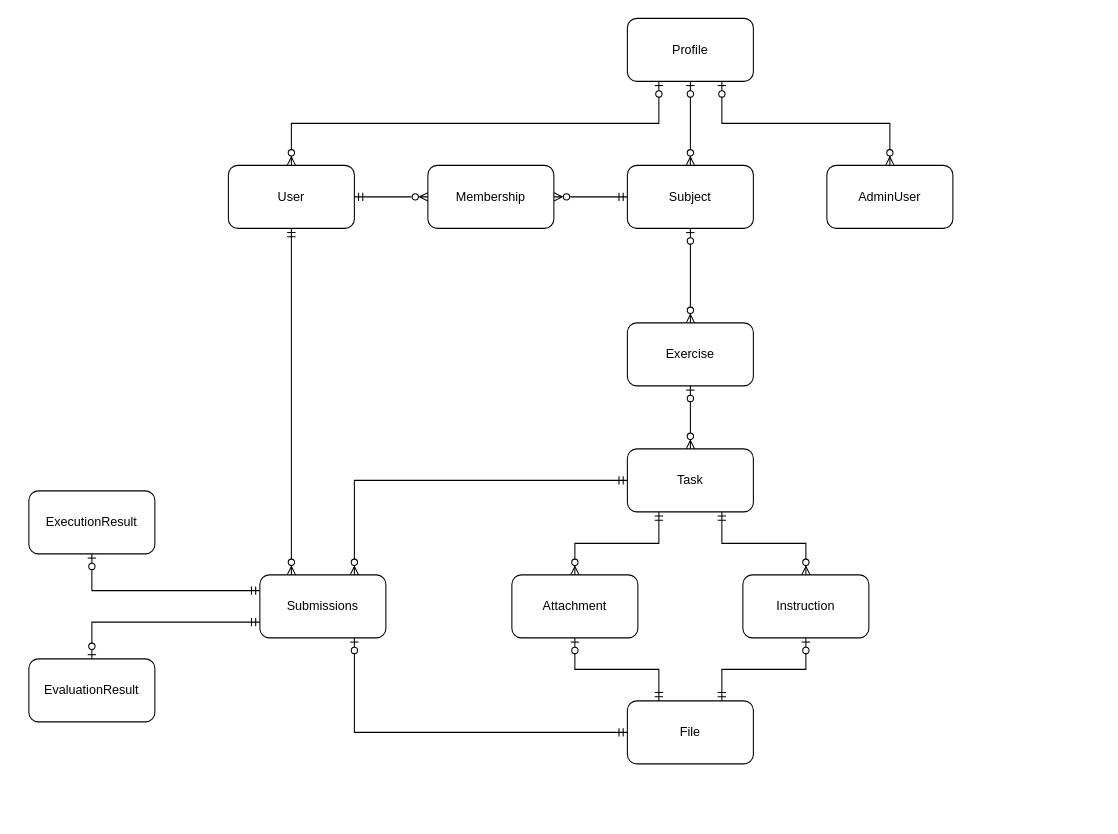
This is doc/DataModel.drawio from ooemperor/CodeGrader, a draw.io file, before an edit. Source tidied: cells renumbered, new cells numbered last; positions are measured from the earlier drawing's top-left corner, leaving out a move shared by most shapes. Both pictures are drawn from the tidied source at 105%, with x=0, y=0 at pixel (28, 18).
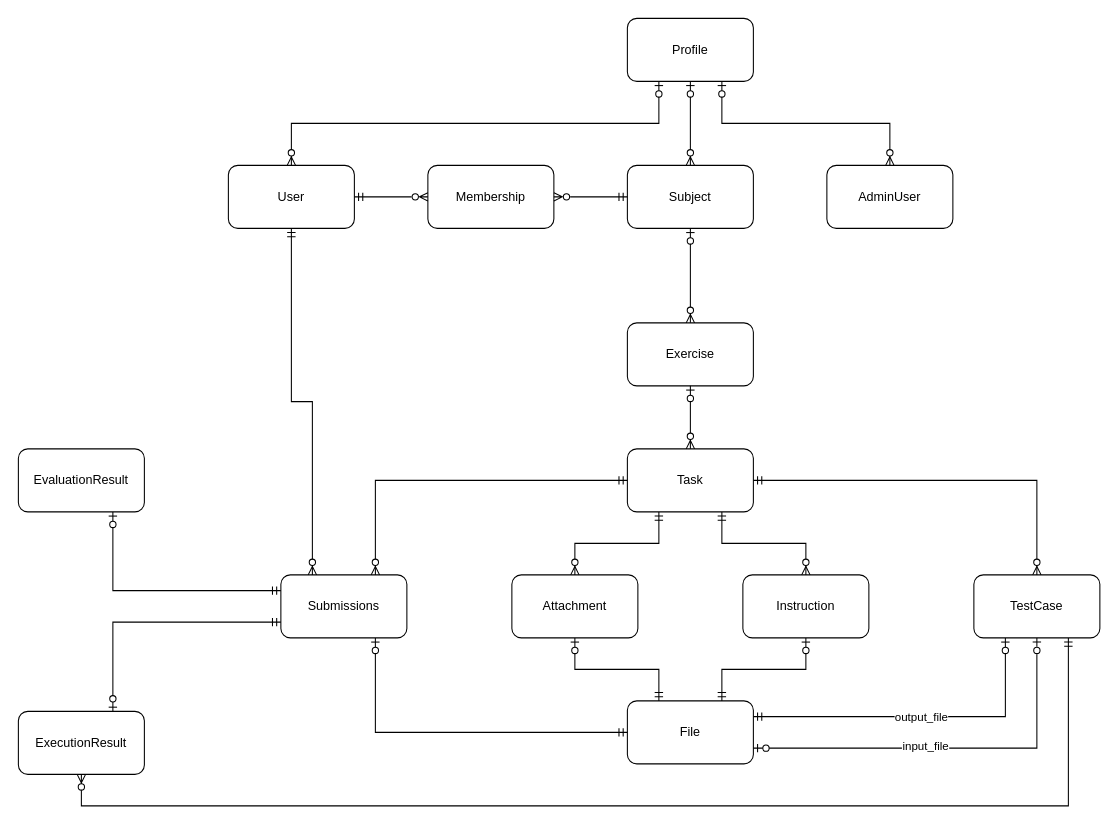
The same diagram, later.

Unchanged cells that the change refers to:
```xml
<mxCell id="5" value="Task" style="rounded=1;whiteSpace=wrap;html=1;" parent="1" vertex="1">
  <mxGeometry x="570" y="410" width="120" height="60" as="geometry" />
</mxCell>
<mxCell id="18" value="File" style="rounded=1;whiteSpace=wrap;html=1;" parent="1" vertex="1">
  <mxGeometry x="570" y="650" width="120" height="60" as="geometry" />
</mxCell>
```

What changed in the source:
```diff
@@
     <mxCell id="23" value="Submissions" style="rounded=1;whiteSpace=wrap;html=1;" parent="1" vertex="1">
-      <mxGeometry x="220" y="530" width="120" height="60" as="geometry" />
+      <mxGeometry x="240" y="530" width="120" height="60" as="geometry" />
     </mxCell>
@@
     <mxCell id="27" value="ExecutionResult" style="rounded=1;whiteSpace=wrap;html=1;" parent="1" vertex="1">
-      <mxGeometry y="450" width="120" height="60" as="geometry" />
+      <mxGeometry x="-10" y="660" width="120" height="60" as="geometry" />
     </mxCell>
     <mxCell id="28" value="EvaluationResult" style="rounded=1;whiteSpace=wrap;html=1;" parent="1" vertex="1">
-      <mxGeometry y="610" width="120" height="60" as="geometry" />
+      <mxGeometry x="-10" y="410" width="120" height="60" as="geometry" />
     </mxCell>
-    <mxCell id="29" style="edgeStyle=orthogonalEdgeStyle;fontSize=12;html=1;endArrow=ERzeroToOne;startArrow=ERmandOne;rounded=0;entryX=0.5;entryY=1;entryDx=0;entryDy=0;exitX=0;exitY=0.25;exitDx=0;exitDy=0;" parent="1" edge="1" source="23" target="27">
+    <mxCell id="29" style="edgeStyle=orthogonalEdgeStyle;fontSize=12;html=1;endArrow=ERzeroToOne;startArrow=ERmandOne;rounded=0;entryX=0.75;entryY=0;entryDx=0;entryDy=0;exitX=0;exitY=0.75;exitDx=0;exitDy=0;" parent="1" edge="1" source="23" target="27">
       <mxGeometry relative="1" as="geometry" />
     </mxCell>
-    <mxCell id="30" style="edgeStyle=orthogonalEdgeStyle;fontSize=12;html=1;endArrow=ERzeroToOne;startArrow=ERmandOne;rounded=0;entryX=0.5;entryY=0;entryDx=0;entryDy=0;exitX=0;exitY=0.75;exitDx=0;exitDy=0;" parent="1" edge="1" source="23" target="28">
+    <mxCell id="30" style="edgeStyle=orthogonalEdgeStyle;fontSize=12;html=1;endArrow=ERzeroToOne;startArrow=ERmandOne;rounded=0;entryX=0.75;entryY=1;entryDx=0;entryDy=0;exitX=0;exitY=0.25;exitDx=0;exitDy=0;" parent="1" edge="1" source="23" target="28">
       <mxGeometry relative="1" as="geometry" />
     </mxCell>
+    <mxCell id="31" value="TestCase" style="rounded=1;whiteSpace=wrap;html=1;" parent="1" vertex="1">
+      <mxGeometry x="900" y="530" width="120" height="60" as="geometry" />
+    </mxCell>
+    <mxCell id="32" style="edgeStyle=orthogonalEdgeStyle;fontSize=12;html=1;endArrow=ERzeroToMany;startArrow=ERmandOne;rounded=0;entryX=0.5;entryY=0;entryDx=0;entryDy=0;exitX=1;exitY=0.5;exitDx=0;exitDy=0;" parent="1" edge="1" source="5" target="31">
+      <mxGeometry relative="1" as="geometry" />
+    </mxCell>
+    <mxCell id="33" style="edgeStyle=orthogonalEdgeStyle;fontSize=12;html=1;endArrow=ERzeroToOne;startArrow=ERmandOne;rounded=0;entryX=0.25;entryY=1;entryDx=0;entryDy=0;exitX=1;exitY=0.25;exitDx=0;exitDy=0;" parent="1" edge="1" source="18" target="31">
+      <mxGeometry relative="1" as="geometry" />
+    </mxCell>
+    <mxCell id="34" value="output_file" style="edgeLabel;html=1;align=center;verticalAlign=middle;" parent="33" vertex="1">
+      <mxGeometry x="0.01" relative="1" as="geometry" />
+    </mxCell>
+    <mxCell id="35" style="edgeStyle=orthogonalEdgeStyle;fontSize=12;html=1;endArrow=ERzeroToOne;startArrow=ERzeroToOne;rounded=0;endFill=0;exitX=1;exitY=0.75;exitDx=0;exitDy=0;entryX=0.5;entryY=1;entryDx=0;entryDy=0;" parent="1" edge="1" source="18" target="31">
+      <mxGeometry relative="1" as="geometry" />
+    </mxCell>
+    <mxCell id="36" value="input_file" style="edgeLabel;html=1;align=center;verticalAlign=middle;" parent="35" vertex="1">
+      <mxGeometry x="-0.13" y="3" relative="1" as="geometry" />
+    </mxCell>
+    <mxCell id="37" style="edgeStyle=orthogonalEdgeStyle;fontSize=12;html=1;endArrow=ERzeroToMany;startArrow=ERmandOne;rounded=0;exitX=0.75;exitY=1;exitDx=0;exitDy=0;entryX=0.5;entryY=1;entryDx=0;entryDy=0;" parent="1" edge="1" source="31" target="27">
+      <mxGeometry relative="1" as="geometry">
+        <Array as="points">
+          <mxPoint x="990" y="750" />
+          <mxPoint x="50" y="750" />
+        </Array>
+      </mxGeometry>
+    </mxCell>
```
